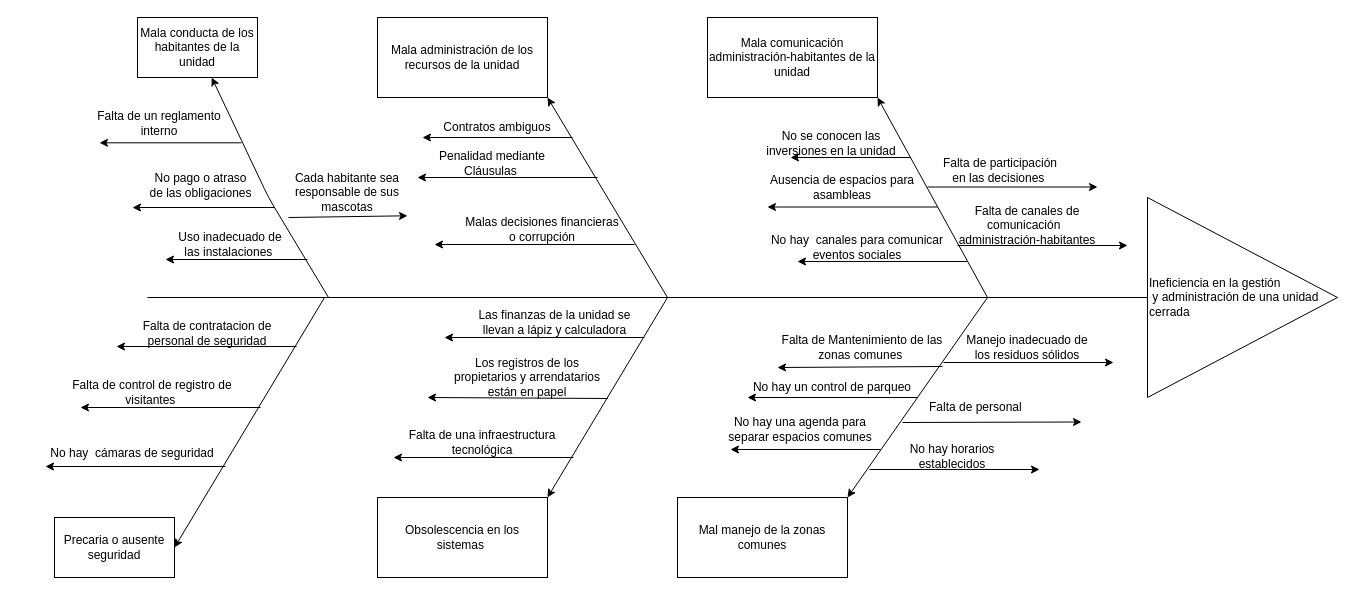
Above: Fishbone.drawio in mnivia/Administracion-unidades-cerradas (draw.io), before the change. Source tidied: cells renumbered, new cells numbered last; positions are measured from the earlier drawing's top-left corner, leaving out a move shared by most shapes. Both pictures are drawn from the tidied source at 100%, with x=0, y=0 at pixel (17, 17).
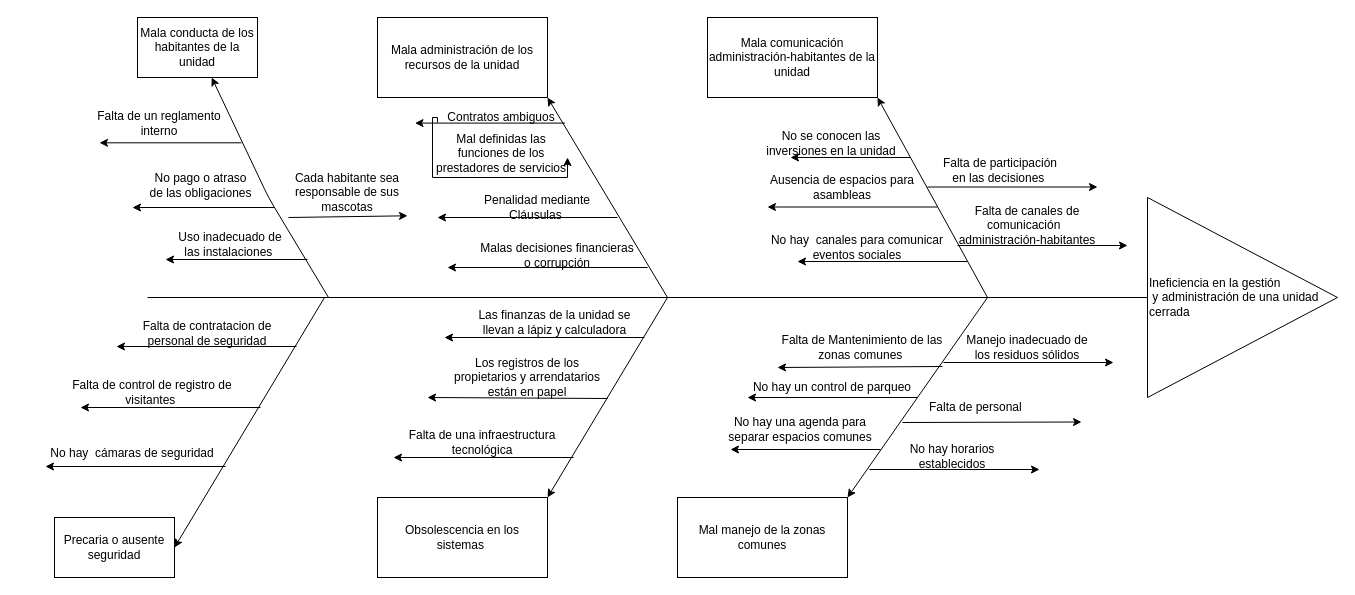
Above is the later version.

Change to the diagram source:
```diff
@@
     <mxCell id="12" style="endArrow=classic;html=1;" parent="1" edge="1">
       <mxGeometry relative="1" as="geometry">
-        <mxPoint x="555" y="120" as="sourcePoint" />
-        <mxPoint x="405" y="120" as="targetPoint" />
+        <mxPoint x="547.5" y="105.6" as="sourcePoint" />
+        <mxPoint x="397.5" y="105.6" as="targetPoint" />
       </mxGeometry>
     </mxCell>
+    <mxCell id="64" style="edgeStyle=orthogonalEdgeStyle;rounded=0;jettySize=auto;html=1;exitX=0;exitY=0.75;exitDx=0;exitDy=0;" parent="1" edge="1" source="13">
+      <mxGeometry relative="1" as="geometry">
+        <mxPoint x="550" y="140" as="targetPoint" />
+        <Array as="points">
+          <mxPoint x="420" y="100" />
+          <mxPoint x="415" y="100" />
+          <mxPoint x="415" y="160" />
+          <mxPoint x="550" y="160" />
+        </Array>
+      </mxGeometry>
+    </mxCell>
     <mxCell id="13" value="Contratos ambiguos" style="text;html=1;strokeColor=none;fillColor=none;align=center;verticalAlign=middle;whiteSpace=wrap;rounded=0;" parent="1" vertex="1">
-      <mxGeometry x="415" y="100" width="130" height="20" as="geometry" />
+      <mxGeometry x="420" y="90" width="127.5" height="20" as="geometry" />
     </mxCell>
     <mxCell id="14" style="endArrow=classic;html=1;" parent="1" edge="1">
       <mxGeometry relative="1" as="geometry">
-        <mxPoint x="580" y="160" as="sourcePoint" />
-        <mxPoint x="400" y="160" as="targetPoint" />
+        <mxPoint x="600" y="200" as="sourcePoint" />
+        <mxPoint x="420" y="200" as="targetPoint" />
       </mxGeometry>
     </mxCell>
@@
     <mxCell id="18" value="Malas decisiones financieras o corrupción" style="text;html=1;strokeColor=none;fillColor=none;align=center;verticalAlign=middle;whiteSpace=wrap;rounded=0;" parent="1" vertex="1">
-      <mxGeometry x="445" y="202" width="160" height="20" as="geometry" />
+      <mxGeometry x="460" y="228" width="160" height="20" as="geometry" />
     </mxCell>
     <mxCell id="19" value="Penalidad mediante Cláusulas&amp;nbsp;" style="text;html=1;strokeColor=none;fillColor=none;align=center;verticalAlign=middle;whiteSpace=wrap;rounded=0;" parent="1" vertex="1">
-      <mxGeometry x="400" y="136" width="150" height="20" as="geometry" />
+      <mxGeometry x="445" y="180" width="150" height="20" as="geometry" />
     </mxCell>
     <mxCell id="20" style="endArrow=classic;html=1;" parent="1" edge="1">
       <mxGeometry relative="1" as="geometry">
-        <mxPoint x="617" y="227" as="sourcePoint" />
-        <mxPoint x="417" y="227" as="targetPoint" />
+        <mxPoint x="630" y="250" as="sourcePoint" />
+        <mxPoint x="430" y="250" as="targetPoint" />
       </mxGeometry>
     </mxCell>
@@
+    <mxCell id="65" value="Mal definidas las funciones de los prestadores de servicios" style="text;html=1;strokeColor=none;fillColor=none;align=center;verticalAlign=middle;whiteSpace=wrap;rounded=0;" parent="1" vertex="1">
+      <mxGeometry x="413.8" y="116" width="140" height="40" as="geometry" />
+    </mxCell>
```
